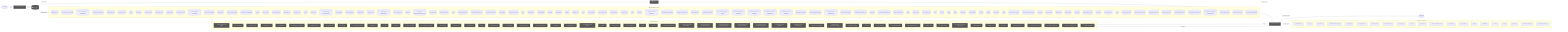
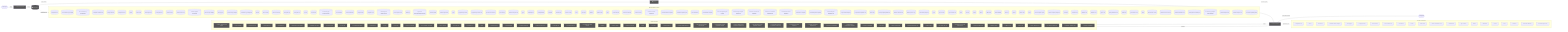
flowchart LR
  UserQ(["👤 User Query"])
  Embed["📐 Embedding Model"]
  VecDB[("📚 Vector Store")]
  Retriever["🔍 Retriever"]
  LLMNode["🧠 LLM / Generator"]
  Output(["✅ Response"])
  UserQ -->|query| Embed
  Embed -->|vector| VecDB
  VecDB -->|top-k chunks| Retriever
  Retriever -->|context + query| LLMNode
  LLMNode -->|generated answer| Output
  subgraph DetectedMemory["Detected memory stores"]
    det_detectedmemory_cli_dispatch_test_54c9f17b[("cli-dispatch.test")]
    det_detectedmemory_run_local_memory_preflight_36e92808[("run-local-memory-preflight")]
    det_detectedmemory_run_local_memory_preflight_test_1d7c5aa0[("run-local-memory-preflight.test")]
    det_detectedmemory_pr_template_validator_test_569b1cef[("pr-template-validator.test")]
    det_detectedmemory_tooling_audit_test_d2aee28c[("tooling-audit.test")]
    det_detectedmemory_tooling_audit_core_328d6a41[("tooling-audit-core")]
    det_detectedmemory_search_24193290[("search")]
    det_detectedmemory_search_test_0c66bc11[("search.test")]
    det_detectedmemory_review_gate_test_000e2ed6[("review-gate.test")]
    det_detectedmemory_review_gate_core_4c8001f9[("review-gate-core")]
    det_detectedmemory_review_context_ca6cf81d[("review-context")]
    det_detectedmemory_review_context_test_89806d6c[("review-context.test")]
    det_detectedmemory_refresh_diagram_context_test_03bf21c4[("refresh-diagram-context.test")]
    det_detectedmemory_pattern_scope_siblings_43abe000[("pattern-scope-siblings")]
    det_detectedmemory_memory_gate_a577a506[("memory-gate")]
    det_detectedmemory_local_memory_preflight_dcc36c42[("local-memory-preflight")]
    det_detectedmemory_local_memory_preflight_test_5e323bbf[("local-memory-preflight.test")]
    det_detectedmemory_init_test_cbba76a6[("init.test")]
    det_detectedmemory_index_context_de3ed39d[("index-context")]
    det_detectedmemory_index_context_test_1949ea6f[("index-context.test")]
    det_detectedmemory_docs_gate_test_a25e972f[("docs-gate.test")]
    det_detectedmemory_docs_gate_core_eb9b6c18[("docs-gate-core")]
    det_detectedmemory_context_ea7792a2[("context")]
    det_detectedmemory_context_test_57aad306[("context.test")]
    det_detectedmemory_context_integrity_acceptance_test_59f961b1[("context-integrity-acceptance.test")]
    det_detectedmemory_context_health_80bb7da9[("context-health")]
    det_detectedmemory_context_health_test_3b5b87f3[("context-health.test")]
    det_detectedmemory_ci_migrate_test_2a015bb9[("ci-migrate.test")]
    det_detectedmemory_ci_migrate_core_7005b5af[("ci-migrate-core")]
    det_detectedmemory_check_diagram_freshness_test_c1dc40aa[("check-diagram-freshness.test")]
    det_detectedmemory_branch_protect_core_a8feb0fd[("branch-protect-core")]
    det_detectedmemory_brain_test_428d4d67[("brain.test")]
    det_detectedmemory_agent_first_throughput_integration_test_dc677cc4[("agent-first-throughput.integration.test")]
    det_detectedmemory_overload_guard_2748c559[("overload-guard")]
    det_detectedmemory_overload_guard_test_6ece9f86[("overload-guard.test")]
-     det_detectedmemory_types_3_9675d69b[("types")]
+     det_detectedmemory_types_4_822d0f88[("types")]
    det_detectedmemory_suggestion_generator_0956f794[("suggestion-generator")]
    det_detectedmemory_suggestion_generator_test_f68e9892[("suggestion-generator.test")]
    det_detectedmemory_performance_overload_c685bfcf[("performance-overload")]
    det_detectedmemory_local_memory_0db17ecc[("local-memory")]
    det_detectedmemory_local_memory_smoke_1175abfc[("local-memory-smoke")]
-     det_detectedmemory_types_8_f6283648[("types")]
+     det_detectedmemory_types_9_1db4641f[("types")]
    det_detectedmemory_claim_helpers_20dc8387[("claim-helpers")]
    det_detectedmemory_tooling_baseline_50ab2eeb[("tooling-baseline")]
    det_detectedmemory_classifier_fe1991a9[("classifier")]
    det_detectedmemory_classifier_test_3859cceb[("classifier.test")]
+     det_detectedmemory_review_context_1_e3afed15[("review-context")]
+     det_detectedmemory_index_2_10143590[("index")]
+     det_detectedmemory_eval_seed_5699fd3e[("eval-seed")]
    det_detectedmemory_validator_1_0c0621d8[("validator")]
    det_detectedmemory_validator_test_1_c5015ca0[("validator.test")]
-     det_detectedmemory_types_12_2b09659a[("types")]
+     det_detectedmemory_types_13_d025517b[("types")]
    det_detectedmemory_metrics_tracker_98cec29c[("metrics-tracker")]
    det_detectedmemory_metrics_tracker_test_3de156fa[("metrics-tracker.test")]
    det_detectedmemory_branch_enforcer_acb749cd[("branch-enforcer")]
-     det_detectedmemory_review_context_1_e3afed15[("review-context")]
-     det_detectedmemory_index_2_10143590[("index")]
-     det_detectedmemory_eval_seed_5699fd3e[("eval-seed")]
    det_detectedmemory_workflow_contract_scripts_test_681e2e3c[("workflow-contract-scripts.test")]
    det_detectedmemory_scaffold_workflow_template_92310587[("scaffold-workflow-template")]
    det_detectedmemory_scaffold_template_registry_b1cce2aa[("scaffold-template-registry")]
    det_detectedmemory_scaffold_surfaces_12d6494e[("scaffold-surfaces")]
    det_detectedmemory_scaffold_shell_templates_0ad0f915[("scaffold-shell-templates")]
    det_detectedmemory_scaffold_script_template_registry_69312d4e[("scaffold-script-template-registry")]
    det_detectedmemory_scaffold_script_template_registry_test_6a8ebefe[("scaffold-script-template-registry.test")]
    det_detectedmemory_scaffold_root_command_templates_404fed7f[("scaffold-root-command-templates")]
    det_detectedmemory_scaffold_root_command_templates_test_14596939[("scaffold-root-command-templates.test")]
    det_detectedmemory_scaffold_environment_templates_c1ceba6a[("scaffold-environment-templates")]
    det_detectedmemory_scaffold_doc_templates_f6152330[("scaffold-doc-templates")]
    det_detectedmemory_scaffold_diagram_templates_dd88e83c[("scaffold-diagram-templates")]
    det_detectedmemory_scaffold_diagram_templates_test_f3774c28[("scaffold-diagram-templates.test")]
    det_detectedmemory_project_brain_templates_7ef51530[("project-brain-templates")]
    det_detectedmemory_project_brain_templates_test_0b6509f2[("project-brain-templates.test")]
    det_detectedmemory_init_modes_c05ceb07[("init-modes")]
    det_detectedmemory_codex_preflight_symlink_test_037558db[("codex-preflight-symlink.test")]
    det_detectedmemory_harness_decision_test_7e5a4fe5[("harness-decision.test")]
+     det_detectedmemory_branch_protect_sync_570adb18[("branch-protect-sync")]
+     det_detectedmemory_command_registry_test_0cf92cba[("command-registry.test")]
    det_detectedmemory_types_18_37582e2a[("types")]
    det_detectedmemory_sync_contract_c79fa191[("sync-contract")]
    det_detectedmemory_sync_contract_test_5dc3165c[("sync-contract.test")]
    det_detectedmemory_store_824d80d7[("store")]
    det_detectedmemory_sources_1_e133d97d[("sources")]
    det_detectedmemory_rollout_a4fa034c[("rollout")]
    det_detectedmemory_ollama_76e3c7bf[("ollama")]
    det_detectedmemory_ollama_test_71f9750e[("ollama.test")]
    det_detectedmemory_lexical_fallback_723e2b3e[("lexical-fallback")]
    det_detectedmemory_init_error_5c7dd49f[("init-error")]
    det_detectedmemory_indexer_70fa78e5[("indexer")]
    det_detectedmemory_indexer_test_d492f0aa[("indexer.test")]
    det_detectedmemory_index_5_522f772a[("index")]
    det_detectedmemory_context_compact_policy_3dcaf95d[("context-compact-policy")]
    det_detectedmemory_context_compact_policy_test_da148267[("context-compact-policy.test")]
    det_detectedmemory_constants_7517017f[("constants")]
    det_detectedmemory_constants_test_5492ae98[("constants.test")]
    det_detectedmemory_validator_test_5_2bb3219d[("validator.test")]
    det_detectedmemory_validator_core_1_1518647e[("validator-core")]
    det_detectedmemory_types_core_1_8bd0f8fd[("types-core")]
    det_detectedmemory_policy_validators_core_714a3fe7[("policy-validators-core")]
    det_detectedmemory_loader_test_03424671[("loader.test")]
    det_detectedmemory_json_schema_core_96d7e328[("json-schema-core")]
    det_detectedmemory_index_6_fc9e91e2[("index")]
    det_detectedmemory_harness_run_context_ac7c77a9[("harness-run-context")]
    det_detectedmemory_harness_run_context_test_c6937fed[("harness-run-context.test")]
-     det_detectedmemory_command_registry_test_0cf92cba[("command-registry.test")]
-     det_detectedmemory_branch_protect_sync_570adb18[("branch-protect-sync")]
    det_detectedmemory_module_boundaries_test_c0caf46b[("module-boundaries.test")]
    det_detectedmemory_review_gate_command_spec_3187376a[("review-gate-command-spec")]
    det_detectedmemory_local_memory_preflight_command_spec_9e23f3ce[("local-memory-preflight-command-spec")]
    det_detectedmemory_command_specs_test_7f693e85[("command-specs.test")]
    det_detectedmemory_command_specs_core_1c0ffc99[("command-specs-core")]
    det_detectedmemory_command_capability_rules_ca3f496a[("command-capability-rules")]
  end
  VecDB -. "implemented by" .-> DetectedMemory
  subgraph DetectedLLM["Detected LLM clients"]
    det_detectedllm_cli_dispatch_test_54c9f17b["cli-dispatch.test"]
    det_detectedllm_search_24193290["search"]
    det_detectedllm_search_test_0c66bc11["search.test"]
    det_detectedllm_remediate_runner_helpers_929fedcc["remediate-runner-helpers"]
    det_detectedllm_prompt_gate_c5e9d207["prompt-gate"]
    det_detectedllm_prompt_gate_test_1a442b27["prompt-gate.test"]
    det_detectedllm_index_context_de3ed39d["index-context"]
    det_detectedllm_index_context_test_1949ea6f["index-context.test"]
    det_detectedllm_contract_test_2262847f["contract.test"]
    det_detectedllm_context_ea7792a2["context"]
    det_detectedllm_context_test_57aad306["context.test"]
    det_detectedllm_check_environment_core_2c16213f["check-environment-core"]
    det_detectedllm_sensitive_text_7c11f760["sensitive-text"]
    det_detectedllm_sync_contract_c79fa191["sync-contract"]
    det_detectedllm_ollama_76e3c7bf["ollama"]
    det_detectedllm_ollama_test_71f9750e["ollama.test"]
    det_detectedllm_indexer_70fa78e5["indexer"]
    det_detectedllm_index_5_522f772a["index"]
    det_detectedllm_constants_7517017f["constants"]
    det_detectedllm_north_star_validators_cfc926ce["north-star-validators"]
    det_detectedllm_command_specs_core_1c0ffc99["command-specs-core"]
  end
  LLMNode -. "implemented by" .-> DetectedLLM
  subgraph DetectedTools["Agentic tool calls"]
    det_detectedtools_collect_observed_eval_usage_1724425c["🔧 collect-observed-eval-usage"]
    det_detectedtools_verify_work_test_0e12f6c5["🔧 verify-work.test"]
    det_detectedtools_review_gate_test_000e2ed6["🔧 review-gate.test"]
    det_detectedtools_review_gate_core_4c8001f9["🔧 review-gate-core"]
    det_detectedtools_remediate_test_6f59cafe["🔧 remediate.test"]
    det_detectedtools_remediate_runner_helpers_929fedcc["🔧 remediate-runner-helpers"]
    det_detectedtools_remediate_cli_output_cc165396["🔧 remediate-cli-output"]
    det_detectedtools_pr_closeout_test_1_be1a0df1["🔧 pr-closeout.test"]
    det_detectedtools_policy_gate_213f7313["🔧 policy-gate"]
    det_detectedtools_next_blocked_decisions_4140ad2b["🔧 next-blocked-decisions"]
    det_detectedtools_learnings_test_e45e0253["🔧 learnings.test"]
    det_detectedtools_init_test_cbba76a6["🔧 init.test"]
    det_detectedtools_doctor_test_e032e8b5["🔧 doctor.test"]
    det_detectedtools_doctor_tool_checks_4acac51a["🔧 doctor-tool-checks"]
    det_detectedtools_doctor_github_tool_checks_a53b0382["🔧 doctor-github-tool-checks"]
    det_detectedtools_doctor_checks_5a2eb2b9["🔧 doctor-checks"]
    det_detectedtools_docs_gate_test_a25e972f["🔧 docs-gate.test"]
    det_detectedtools_ci_migrate_core_7005b5af["🔧 ci-migrate-core"]
    det_detectedtools_types_1_4ecdf56e["🔧 types"]
    det_detectedtools_orchestrator_test_1_c291cde7["🔧 orchestrator.test"]
    det_detectedtools_tooling_baseline_50ab2eeb["🔧 tooling-baseline"]
    det_detectedtools_tooling_baseline_test_d272ddb6["🔧 tooling-baseline.test"]
    det_detectedtools_evaluation_engine_core_e054fe49["🔧 evaluation-engine-core"]
    det_detectedtools_normalise_test_73e8a615["🔧 normalise.test"]
    det_detectedtools_normalise_renderer_85f2e563["🔧 normalise-renderer"]
    det_detectedtools_normalise_he_phase_exit_test_1788efc4["🔧 normalise-he-phase-exit.test"]
    det_detectedtools_validator_1_0c0621d8["🔧 validator"]
    det_detectedtools_metrics_tracker_98cec29c["🔧 metrics-tracker"]
    det_detectedtools_metrics_tracker_test_3de156fa["🔧 metrics-tracker.test"]
    det_detectedtools_client_1_914e1681["🔧 client"]
    det_detectedtools_pr_creator_dc6b1ea4["🔧 pr-creator"]
+     det_detectedtools_closure_evidence_aaa31467["🔧 closure-evidence"]
    det_detectedtools_scaffold_shell_quality_test_79567d03["🔧 scaffold-shell-quality.test"]
    det_detectedtools_scaffold_release_private_npm_template_075499f8["🔧 scaffold-release-private-npm-template"]
    det_detectedtools_scaffold_github_actions_pr_pipeline_template_e2b85f62["🔧 scaffold-github-actions-pr-pipeline-template"]
    det_detectedtools_scaffold_github_actions_pr_pipeline_template_test_be464a7b["🔧 scaffold-github-actions-pr-pipeline-template.test"]
    det_detectedtools_scaffold_github_actions_pr_pipeline_renderer_1ee18de5["🔧 scaffold-github-actions-pr-pipeline-renderer"]
    det_detectedtools_scaffold_github_actions_pr_pipeline_renderer_test_2cc38272["🔧 scaffold-github-actions-pr-pipeline-renderer.test"]
    det_detectedtools_scaffold_environment_templates_c1ceba6a["🔧 scaffold-environment-templates"]
    det_detectedtools_scaffold_environment_templates_test_b31b6a0c["🔧 scaffold-environment-templates.test"]
    det_detectedtools_scaffold_config_templates_4b80ce53["🔧 scaffold-config-templates"]
    det_detectedtools_scaffold_codex_environment_templates_334fbbed["🔧 scaffold-codex-environment-templates"]
    det_detectedtools_scaffold_ci_templates_2afd6392["🔧 scaffold-ci-templates"]
    det_detectedtools_init_output_360dce91["🔧 init-output"]
-     det_detectedtools_closure_evidence_aaa31467["🔧 closure-evidence"]
    det_detectedtools_observed_skill_usage_ed7d5930["🔧 observed-skill-usage"]
    det_detectedtools_observed_skill_usage_test_311c215a["🔧 observed-skill-usage.test"]
    det_detectedtools_ralph_runtime_73d63c0e["🔧 ralph-runtime"]
    det_detectedtools_he_phase_exit_core_1148895b["🔧 he-phase-exit-core"]
    det_detectedtools_harness_closeout_gate_contracts_test_db1c74a7["🔧 harness-closeout-gate-contracts.test"]
+     det_detectedtools_command_registry_test_0cf92cba["🔧 command-registry.test"]
    det_detectedtools_validator_helpers_7b927667["🔧 validator-helpers"]
    det_detectedtools_validator_core_1_1518647e["🔧 validator-core"]
    det_detectedtools_types_core_1_8bd0f8fd["🔧 types-core"]
    det_detectedtools_policy_validators_core_714a3fe7["🔧 policy-validators-core"]
-     det_detectedtools_command_registry_test_0cf92cba["🔧 command-registry.test"]
    det_detectedtools_module_boundaries_test_c0caf46b["🔧 module-boundaries.test"]
    det_detectedtools_command_capability_rules_ca3f496a["🔧 command-capability-rules"]
    det_detectedtools_command_capabilities_a4d5c71e["🔧 command-capabilities"]
  end
  LLMNode -->|tool use| DetectedTools
  DetectedTools -->|result| LLMNode
  classDef memNode fill:#555,color:#fff
  class VecDB,Retriever memNode
  classDef llmNode fill:#555,color:#fff
  class LLMNode,Embed llmNode
  classDef toolNode fill:#555,color:#fff
-   class det_detectedtools_collect_observed_eval_usage_1724425c,det_detectedtools_verify_work_test_0e12f6c5,det_detectedtools_review_gate_test_000e2ed6,det_detectedtools_review_gate_core_4c8001f9,det_detectedtools_remediate_test_6f59cafe,det_detectedtools_remediate_runner_helpers_929fedcc,det_detectedtools_remediate_cli_output_cc165396,det_detectedtools_pr_closeout_test_1_be1a0df1,det_detectedtools_policy_gate_213f7313,det_detectedtools_next_blocked_decisions_4140ad2b,det_detectedtools_learnings_test_e45e0253,det_detectedtools_init_test_cbba76a6,det_detectedtools_doctor_test_e032e8b5,det_detectedtools_doctor_tool_checks_4acac51a,det_detectedtools_doctor_github_tool_checks_a53b0382,det_detectedtools_doctor_checks_5a2eb2b9,det_detectedtools_docs_gate_test_a25e972f,det_detectedtools_ci_migrate_core_7005b5af,det_detectedtools_types_1_4ecdf56e,det_detectedtools_orchestrator_test_1_c291cde7,det_detectedtools_tooling_baseline_50ab2eeb,det_detectedtools_tooling_baseline_test_d272ddb6,det_detectedtools_evaluation_engine_core_e054fe49,det_detectedtools_normalise_test_73e8a615,det_detectedtools_normalise_renderer_85f2e563,det_detectedtools_normalise_he_phase_exit_test_1788efc4,det_detectedtools_validator_1_0c0621d8,det_detectedtools_metrics_tracker_98cec29c,det_detectedtools_metrics_tracker_test_3de156fa,det_detectedtools_client_1_914e1681,det_detectedtools_pr_creator_dc6b1ea4,det_detectedtools_scaffold_shell_quality_test_79567d03,det_detectedtools_scaffold_release_private_npm_template_075499f8,det_detectedtools_scaffold_github_actions_pr_pipeline_template_e2b85f62,det_detectedtools_scaffold_github_actions_pr_pipeline_template_test_be464a7b,det_detectedtools_scaffold_github_actions_pr_pipeline_renderer_1ee18de5,det_detectedtools_scaffold_github_actions_pr_pipeline_renderer_test_2cc38272,det_detectedtools_scaffold_environment_templates_c1ceba6a,det_detectedtools_scaffold_environment_templates_test_b31b6a0c,det_detectedtools_scaffold_config_templates_4b80ce53,det_detectedtools_scaffold_codex_environment_templates_334fbbed,det_detectedtools_scaffold_ci_templates_2afd6392,det_detectedtools_init_output_360dce91,det_detectedtools_closure_evidence_aaa31467,det_detectedtools_observed_skill_usage_ed7d5930,det_detectedtools_observed_skill_usage_test_311c215a,det_detectedtools_ralph_runtime_73d63c0e,det_detectedtools_he_phase_exit_core_1148895b,det_detectedtools_harness_closeout_gate_contracts_test_db1c74a7,det_detectedtools_validator_helpers_7b927667,det_detectedtools_validator_core_1_1518647e,det_detectedtools_types_core_1_8bd0f8fd,det_detectedtools_policy_validators_core_714a3fe7,det_detectedtools_command_registry_test_0cf92cba,det_detectedtools_module_boundaries_test_c0caf46b,det_detectedtools_command_capability_rules_ca3f496a,det_detectedtools_command_capabilities_a4d5c71e toolNode
+   class det_detectedtools_collect_observed_eval_usage_1724425c,det_detectedtools_verify_work_test_0e12f6c5,det_detectedtools_review_gate_test_000e2ed6,det_detectedtools_review_gate_core_4c8001f9,det_detectedtools_remediate_test_6f59cafe,det_detectedtools_remediate_runner_helpers_929fedcc,det_detectedtools_remediate_cli_output_cc165396,det_detectedtools_pr_closeout_test_1_be1a0df1,det_detectedtools_policy_gate_213f7313,det_detectedtools_next_blocked_decisions_4140ad2b,det_detectedtools_learnings_test_e45e0253,det_detectedtools_init_test_cbba76a6,det_detectedtools_doctor_test_e032e8b5,det_detectedtools_doctor_tool_checks_4acac51a,det_detectedtools_doctor_github_tool_checks_a53b0382,det_detectedtools_doctor_checks_5a2eb2b9,det_detectedtools_docs_gate_test_a25e972f,det_detectedtools_ci_migrate_core_7005b5af,det_detectedtools_types_1_4ecdf56e,det_detectedtools_orchestrator_test_1_c291cde7,det_detectedtools_tooling_baseline_50ab2eeb,det_detectedtools_tooling_baseline_test_d272ddb6,det_detectedtools_evaluation_engine_core_e054fe49,det_detectedtools_normalise_test_73e8a615,det_detectedtools_normalise_renderer_85f2e563,det_detectedtools_normalise_he_phase_exit_test_1788efc4,det_detectedtools_validator_1_0c0621d8,det_detectedtools_metrics_tracker_98cec29c,det_detectedtools_metrics_tracker_test_3de156fa,det_detectedtools_client_1_914e1681,det_detectedtools_pr_creator_dc6b1ea4,det_detectedtools_closure_evidence_aaa31467,det_detectedtools_scaffold_shell_quality_test_79567d03,det_detectedtools_scaffold_release_private_npm_template_075499f8,det_detectedtools_scaffold_github_actions_pr_pipeline_template_e2b85f62,det_detectedtools_scaffold_github_actions_pr_pipeline_template_test_be464a7b,det_detectedtools_scaffold_github_actions_pr_pipeline_renderer_1ee18de5,det_detectedtools_scaffold_github_actions_pr_pipeline_renderer_test_2cc38272,det_detectedtools_scaffold_environment_templates_c1ceba6a,det_detectedtools_scaffold_environment_templates_test_b31b6a0c,det_detectedtools_scaffold_config_templates_4b80ce53,det_detectedtools_scaffold_codex_environment_templates_334fbbed,det_detectedtools_scaffold_ci_templates_2afd6392,det_detectedtools_init_output_360dce91,det_detectedtools_observed_skill_usage_ed7d5930,det_detectedtools_observed_skill_usage_test_311c215a,det_detectedtools_ralph_runtime_73d63c0e,det_detectedtools_he_phase_exit_core_1148895b,det_detectedtools_harness_closeout_gate_contracts_test_db1c74a7,det_detectedtools_command_registry_test_0cf92cba,det_detectedtools_validator_helpers_7b927667,det_detectedtools_validator_core_1_1518647e,det_detectedtools_types_core_1_8bd0f8fd,det_detectedtools_policy_validators_core_714a3fe7,det_detectedtools_module_boundaries_test_c0caf46b,det_detectedtools_command_capability_rules_ca3f496a,det_detectedtools_command_capabilities_a4d5c71e toolNode
